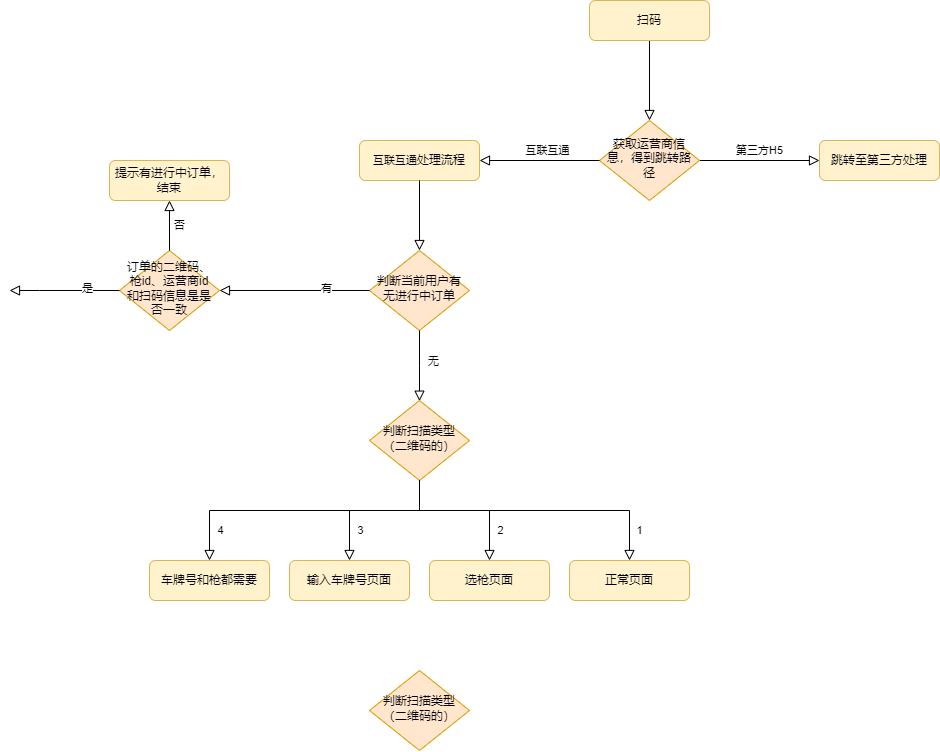
This is png/扫码充电流程.png from ren9901/tourism-j2ee-wx, a draw.io export, as it was before one commit. Source tidied: cells renumbered, new cells last; positions are measured from the earlier drawing's top-left corner, leaving out a move shared by most shapes.
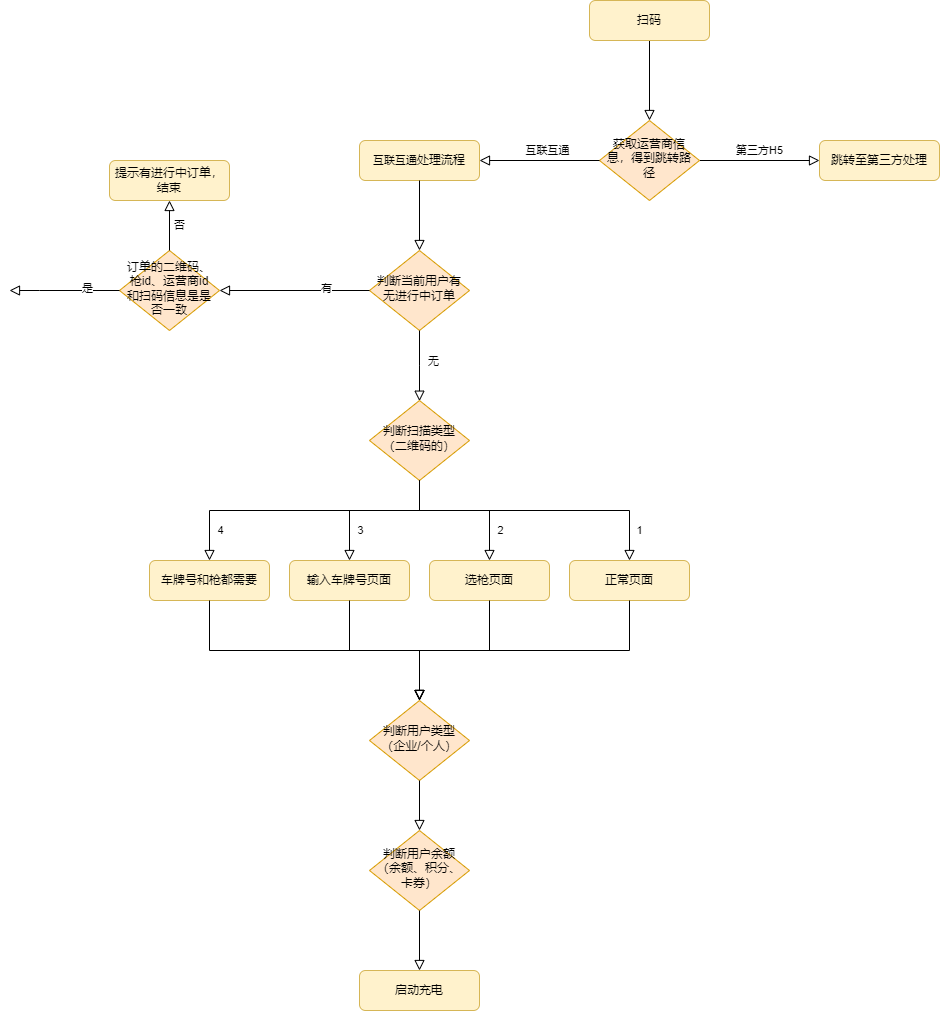
After the commit.

Commit message:
更新扫码充电流程.png

The edit, as a diff of the source:
```diff
@@ -142,8 +142,32 @@
         <mxPoint x="-119" y="16" as="offset" />
       </mxGeometry>
     </mxCell>
-    <mxCell id="34" value="判断扫描类型（二维码的）" style="rhombus;whiteSpace=wrap;html=1;shadow=0;fontFamily=Helvetica;fontSize=12;align=center;strokeWidth=1;spacing=6;spacingTop=-4;fillColor=#ffe6cc;strokeColor=#d79b00;" parent="1" vertex="1">
-      <mxGeometry x="360" y="670" width="100" height="80" as="geometry" />
+    <mxCell id="34" value="判断用户类型（企业/个人）" style="rhombus;whiteSpace=wrap;html=1;shadow=0;fontFamily=Helvetica;fontSize=12;align=center;strokeWidth=1;spacing=6;spacingTop=-4;fillColor=#ffe6cc;strokeColor=#d79b00;" parent="1" vertex="1">
+      <mxGeometry x="360" y="700" width="100" height="80" as="geometry" />
     </mxCell>
+    <mxCell id="35" style="edgeStyle=orthogonalEdgeStyle;rounded=0;html=1;jettySize=auto;fontSize=11;endArrow=block;endFill=0;endSize=8;strokeWidth=1;shadow=0;labelBackgroundColor=none;exitX=0.5;exitY=1;exitDx=0;exitDy=0;entryX=0.5;entryY=0;entryDx=0;entryDy=0;" parent="1" edge="1" source="29" target="34">
+      <mxGeometry x="-0.14" y="-10" relative="1" as="geometry" />
+    </mxCell>
+    <mxCell id="36" style="edgeStyle=orthogonalEdgeStyle;rounded=0;html=1;jettySize=auto;fontSize=11;endArrow=block;endFill=0;endSize=8;strokeWidth=1;shadow=0;labelBackgroundColor=none;exitX=0.5;exitY=1;exitDx=0;exitDy=0;entryX=0.5;entryY=0;entryDx=0;entryDy=0;" parent="1" edge="1" source="28" target="34">
+      <mxGeometry x="-0.14" y="-10" relative="1" as="geometry" />
+    </mxCell>
+    <mxCell id="37" style="edgeStyle=orthogonalEdgeStyle;rounded=0;html=1;jettySize=auto;fontSize=11;endArrow=block;endFill=0;endSize=8;strokeWidth=1;shadow=0;labelBackgroundColor=none;exitX=0.5;exitY=1;exitDx=0;exitDy=0;entryX=0.5;entryY=0;entryDx=0;entryDy=0;" parent="1" edge="1" source="30" target="34">
+      <mxGeometry x="-0.14" y="-10" relative="1" as="geometry" />
+    </mxCell>
+    <mxCell id="38" style="edgeStyle=orthogonalEdgeStyle;rounded=0;html=1;jettySize=auto;fontSize=11;endArrow=block;endFill=0;endSize=8;strokeWidth=1;shadow=0;labelBackgroundColor=none;exitX=0.5;exitY=1;exitDx=0;exitDy=0;" parent="1" edge="1" source="31" target="34">
+      <mxGeometry x="-0.14" y="-10" relative="1" as="geometry" />
+    </mxCell>
+    <mxCell id="39" value="判断用户余额（余额、积分、卡券）" style="rhombus;whiteSpace=wrap;html=1;shadow=0;fontFamily=Helvetica;fontSize=12;align=center;strokeWidth=1;spacing=6;spacingTop=-4;fillColor=#ffe6cc;strokeColor=#d79b00;" parent="1" vertex="1">
+      <mxGeometry x="360" y="830" width="100" height="80" as="geometry" />
+    </mxCell>
+    <mxCell id="40" style="edgeStyle=orthogonalEdgeStyle;rounded=0;html=1;jettySize=auto;fontSize=11;endArrow=block;endFill=0;endSize=8;strokeWidth=1;shadow=0;labelBackgroundColor=none;exitX=0.5;exitY=1;exitDx=0;exitDy=0;" parent="1" edge="1" source="34" target="39">
+      <mxGeometry x="-0.14" y="-10" relative="1" as="geometry" />
+    </mxCell>
+    <mxCell id="41" style="edgeStyle=orthogonalEdgeStyle;rounded=0;html=1;jettySize=auto;fontSize=11;endArrow=block;endFill=0;endSize=8;strokeWidth=1;shadow=0;labelBackgroundColor=none;exitX=0.5;exitY=1;exitDx=0;exitDy=0;entryX=0.5;entryY=0;entryDx=0;entryDy=0;" parent="1" edge="1" source="39" target="42">
+      <mxGeometry x="-0.14" y="-10" relative="1" as="geometry" />
+    </mxCell>
+    <mxCell id="42" value="启动充电" style="rounded=1;whiteSpace=wrap;html=1;fontSize=12;glass=0;strokeWidth=1;shadow=0;fillColor=#fff2cc;strokeColor=#d6b656;" parent="1" vertex="1">
+      <mxGeometry x="350" y="970" width="120" height="40" as="geometry" />
+    </mxCell>
   </root>
 </mxGraphModel>
```
